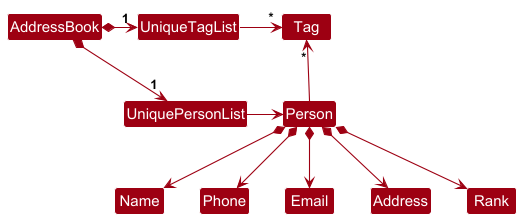
Earlier version of the PlantUML export docs/images/BetterModelClassDiagram.png (Dumboiroy/tp).
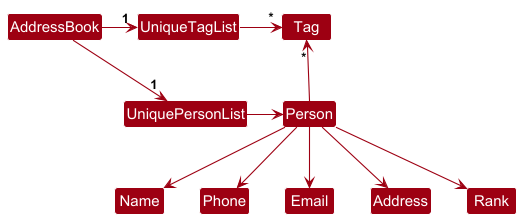
After the change.

What changed in the source:
```diff
@@ -4,8 +4,8 @@
 skinparam arrowColor MODEL_COLOR
 skinparam classBackgroundColor MODEL_COLOR
 
-AddressBook *-right-> "1" UniquePersonList
-AddressBook *-right-> "1" UniqueTagList
+AddressBook -right-> "1" UniquePersonList
+AddressBook -right-> "1" UniqueTagList
 UniqueTagList -[hidden]down- UniquePersonList
 UniqueTagList -[hidden]down- UniquePersonList
 
@@ -14,9 +14,9 @@
 
 Person -up-> "*" Tag
 
-Person *--> Name
-Person *--> Phone
-Person *--> Email
-Person *--> Address
-Person *--> Rank
+Person --> Name
+Person --> Phone
+Person --> Email
+Person --> Address
+Person --> Rank
 @enduml
```
